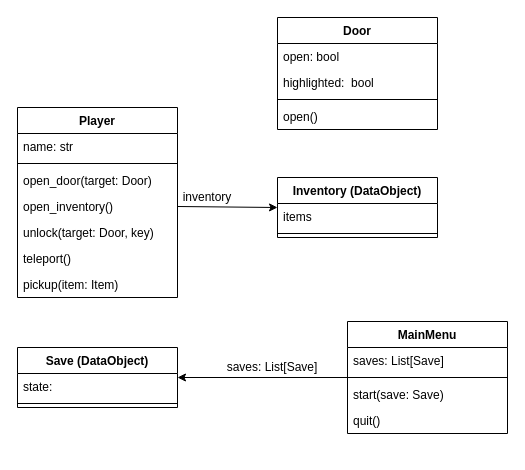
This is UI.drawio from birdboiboi/No_Longer_Human, a draw.io file, before an edit. Source tidied: cells renumbered, new cells numbered last; positions are measured from the earlier drawing's top-left corner, leaving out a move shared by most shapes. Both pictures are drawn from the tidied source at 100%, with x=0, y=0 at pixel (17, 17).
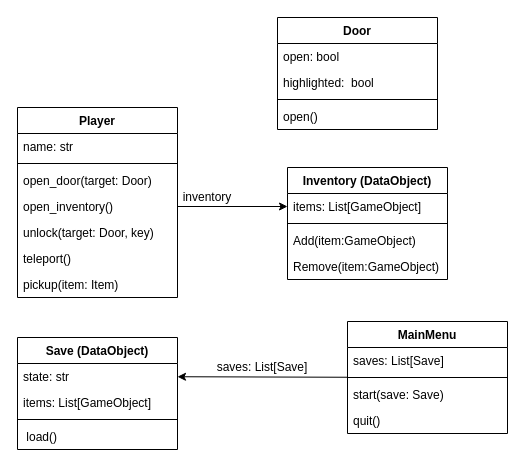
The same diagram, later.

Commit message:
Update UI added methods and variable times.drawio

The change refers to these unchanged cells:
```xml
<mxCell id="6" value="open_inventory()" style="text;strokeColor=none;fillColor=none;align=left;verticalAlign=top;spacingLeft=4;spacingRight=4;overflow=hidden;points=[[0,0.5],[1,0.5]];portConstraint=eastwest;" parent="2" vertex="1">
  <mxGeometry y="86" width="160" height="26" as="geometry" />
</mxCell>
<mxCell id="13" value="MainMenu" style="swimlane;fontStyle=1;align=center;verticalAlign=top;horizontal=1;startSize=26;" parent="1" vertex="1">
  <mxGeometry x="330" y="304" width="160" height="112" as="geometry" />
</mxCell>
```

Diff of the diagram source:
```diff
@@
-    <mxCell id="10" value="Inventory (DataObject)" style="swimlane;fontStyle=1;align=center;verticalAlign=top;horizontal=1;startSize=26;" parent="1" vertex="1">
-      <mxGeometry x="260" y="160" width="160" height="60" as="geometry" />
-    </mxCell>
-    <mxCell id="11" value="items" style="text;strokeColor=none;fillColor=none;align=left;verticalAlign=top;spacingLeft=4;spacingRight=4;overflow=hidden;" parent="10" vertex="1">
-      <mxGeometry y="26" width="160" height="26" as="geometry" />
-    </mxCell>
-    <mxCell id="12" style="line;strokeWidth=1;fillColor=none;align=left;verticalAlign=middle;spacingTop=-1;spacingLeft=3;spacingRight=3;labelPosition=right;" parent="10" vertex="1">
-      <mxGeometry y="52" width="160" height="8" as="geometry" />
-    </mxCell>
@@
-    <mxCell id="18" style="endArrow=classic;html=1;entryX=0;entryY=0.5;entryDx=0;entryDy=0;exitX=1;exitY=0.5;exitDx=0;exitDy=0;" parent="1" edge="1" source="6" target="10">
+    <mxCell id="18" style="endArrow=classic;html=1;exitX=1;exitY=0.5;exitDx=0;exitDy=0;entryX=0;entryY=0.5;entryDx=0;entryDy=0;" parent="1" edge="1" source="6" target="35">
       <mxGeometry relative="1" as="geometry" />
     </mxCell>
@@
-    <mxCell id="20" value="Save (DataObject)" style="swimlane;fontStyle=1;align=center;verticalAlign=top;horizontal=1;startSize=26;" parent="1" vertex="1">
-      <mxGeometry y="330" width="160" height="60" as="geometry" />
-    </mxCell>
-    <mxCell id="21" value="state: " style="text;strokeColor=none;fillColor=none;align=left;verticalAlign=top;spacingLeft=4;spacingRight=4;overflow=hidden;" parent="20" vertex="1">
-      <mxGeometry y="26" width="160" height="26" as="geometry" />
-    </mxCell>
-    <mxCell id="22" style="line;strokeWidth=1;fillColor=none;align=left;verticalAlign=middle;spacingTop=-1;spacingLeft=3;spacingRight=3;labelPosition=right;" parent="20" vertex="1">
-      <mxGeometry y="52" width="160" height="8" as="geometry" />
-    </mxCell>
-    <mxCell id="23" style="endArrow=classic;html=1;" parent="1" edge="1" source="13" target="20">
-      <mxGeometry relative="1" as="geometry" />
-    </mxCell>
-    <mxCell id="24" value="saves: List[Save]" style="text;html=1;strokeColor=none;fillColor=none;align=center;verticalAlign=middle;whiteSpace=wrap;rounded=0;" parent="1" vertex="1">
-      <mxGeometry x="200" y="330" width="110" height="40" as="geometry" />
-    </mxCell>
@@
+    <mxCell id="20" value="Save (DataObject)" style="swimlane;fontStyle=1;align=center;verticalAlign=top;horizontal=1;startSize=26;" parent="1" vertex="1">
+      <mxGeometry y="320" width="160" height="112" as="geometry" />
+    </mxCell>
+    <mxCell id="30" value="state: str" style="text;strokeColor=none;fillColor=none;align=left;verticalAlign=top;spacingLeft=4;spacingRight=4;overflow=hidden;points=[[0,0.5],[1,0.5]];portConstraint=eastwest;" parent="20" vertex="1">
+      <mxGeometry y="26" width="160" height="26" as="geometry" />
+    </mxCell>
+    <mxCell id="31" value="items: List[GameObject]" style="text;strokeColor=none;fillColor=none;align=left;verticalAlign=top;spacingLeft=4;spacingRight=4;overflow=hidden;" parent="20" vertex="1">
+      <mxGeometry y="52" width="160" height="26" as="geometry" />
+    </mxCell>
+    <mxCell id="32" style="line;strokeWidth=1;fillColor=none;align=left;verticalAlign=middle;spacingTop=-1;spacingLeft=3;spacingRight=3;labelPosition=right;" parent="20" vertex="1">
+      <mxGeometry y="78" width="160" height="8" as="geometry" />
+    </mxCell>
+    <mxCell id="33" value=" load()" style="text;strokeColor=none;fillColor=none;align=left;verticalAlign=top;spacingLeft=4;spacingRight=4;overflow=hidden;" parent="20" vertex="1">
+      <mxGeometry y="86" width="160" height="26" as="geometry" />
+    </mxCell>
+    <mxCell id="34" style="group;" parent="1" vertex="1">
+      <mxGeometry x="190" y="330" width="110" height="40" as="geometry" />
+    </mxCell>
+    <mxCell id="23" style="endArrow=classic;html=1;" parent="34" edge="1" source="13" target="30">
+      <mxGeometry relative="1" as="geometry" />
+    </mxCell>
+    <mxCell id="24" value="saves: List[Save]" style="text;html=1;strokeColor=none;fillColor=none;align=center;verticalAlign=middle;whiteSpace=wrap;rounded=0;" parent="34" vertex="1">
+      <mxGeometry width="110" height="40" as="geometry" />
+    </mxCell>
+    <mxCell id="10" value="Inventory (DataObject)" style="swimlane;fontStyle=1;align=center;verticalAlign=top;horizontal=1;startSize=26;" parent="1" vertex="1">
+      <mxGeometry x="270" y="150" width="160" height="112" as="geometry" />
+    </mxCell>
+    <mxCell id="35" value="items: List[GameObject]" style="text;strokeColor=none;fillColor=none;align=left;verticalAlign=top;spacingLeft=4;spacingRight=4;overflow=hidden;points=[[0,0.5],[1,0.5]];portConstraint=eastwest;" parent="10" vertex="1">
+      <mxGeometry y="26" width="160" height="26" as="geometry" />
+    </mxCell>
+    <mxCell id="36" style="line;strokeWidth=1;fillColor=none;align=left;verticalAlign=middle;spacingTop=-1;spacingLeft=3;spacingRight=3;labelPosition=right;" parent="10" vertex="1">
+      <mxGeometry y="52" width="160" height="8" as="geometry" />
+    </mxCell>
+    <mxCell id="37" value="Add(item:GameObject)" style="text;strokeColor=none;fillColor=none;align=left;verticalAlign=top;spacingLeft=4;spacingRight=4;overflow=hidden;" parent="10" vertex="1">
+      <mxGeometry y="60" width="160" height="26" as="geometry" />
+    </mxCell>
+    <mxCell id="38" value="Remove(item:GameObject)" style="text;strokeColor=none;fillColor=none;align=left;verticalAlign=top;spacingLeft=4;spacingRight=4;overflow=hidden;" parent="10" vertex="1">
+      <mxGeometry y="86" width="160" height="26" as="geometry" />
+    </mxCell>
```
